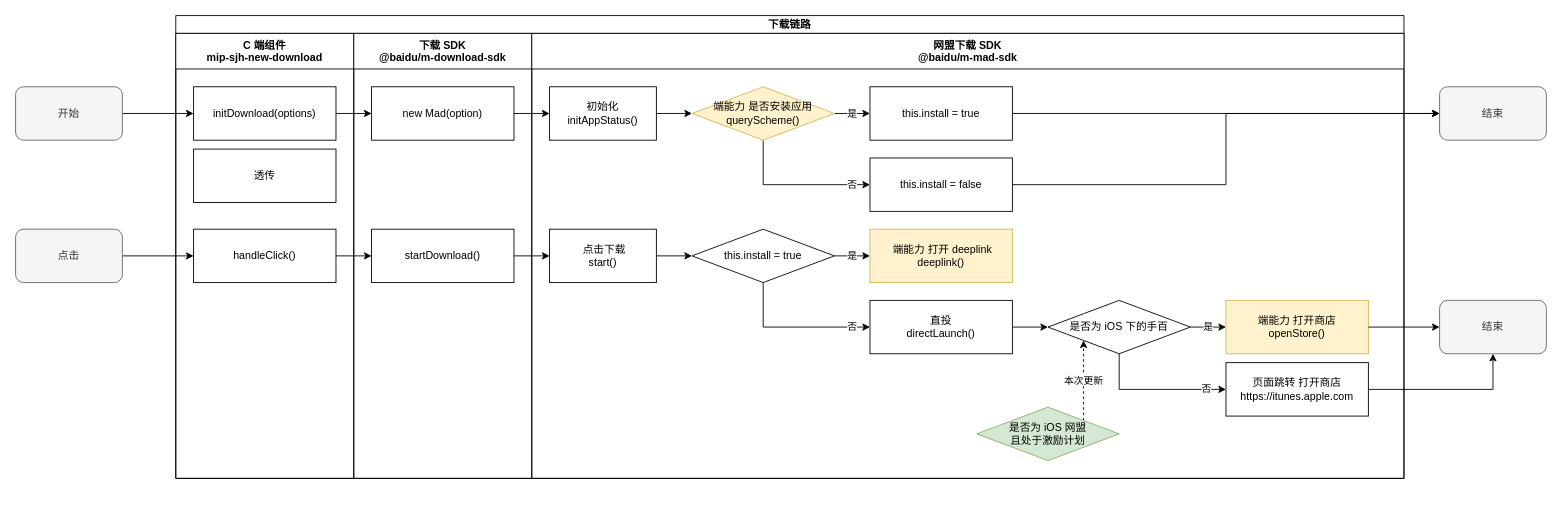
The draw.io diagram mobads-excitation.drawio in qqqqqcy/processon, before the edit. Source tidied: cells renumbered, new cells numbered last; positions are measured from the earlier drawing's top-left corner, leaving out a move shared by most shapes. Both pictures are drawn from the tidied source at 89%, with x=0, y=0 at pixel (15, 15).
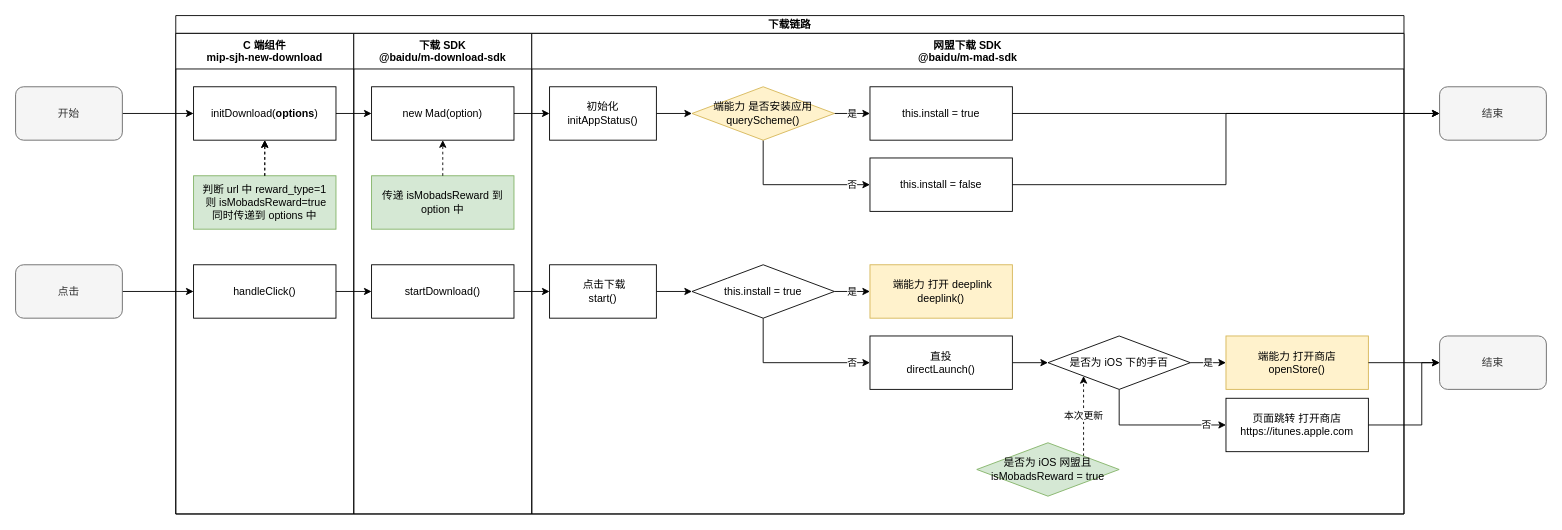
Above is the later version.

Unchanged cells that the change refers to:
```xml
<mxCell id="7" value="new Mad(option)" style="rounded=1;whiteSpace=wrap;html=1;arcSize=0;" parent="1" vertex="1">
  <mxGeometry x="400" y="80" width="160" height="60" as="geometry" />
</mxCell>
```

The edit, as a diff of the source:
```diff
@@
-    <mxCell id="5" value="initDownload(options)" style="rounded=1;whiteSpace=wrap;html=1;arcSize=0;" parent="1" vertex="1">
+    <mxCell id="5" value="initDownload(&lt;b&gt;options&lt;/b&gt;)" style="rounded=1;whiteSpace=wrap;html=1;arcSize=0;" parent="1" vertex="1">
       <mxGeometry x="200" y="80" width="160" height="60" as="geometry" />
     </mxCell>
@@
     <mxCell id="8" value="下载链路" style="swimlane;startSize=20;" parent="1" vertex="1">
-      <mxGeometry x="180" width="1380" height="520" as="geometry" />
+      <mxGeometry x="180" width="1380" height="560" as="geometry" />
     </mxCell>
     <mxCell id="9" value="C 端组件&#10;mip-sjh-new-download" style="swimlane;startSize=40;" parent="8" vertex="1">
-      <mxGeometry y="20" width="200" height="500" as="geometry" />
+      <mxGeometry y="20" width="200" height="540" as="geometry" />
     </mxCell>
     <mxCell id="10" value="handleClick()" style="rounded=1;whiteSpace=wrap;html=1;arcSize=0;" parent="9" vertex="1">
-      <mxGeometry x="20" y="220" width="160" height="60" as="geometry" />
+      <mxGeometry x="20" y="260" width="160" height="60" as="geometry" />
     </mxCell>
-    <mxCell id="11" value="透传" style="rounded=1;whiteSpace=wrap;html=1;arcSize=0;" parent="9" vertex="1">
-      <mxGeometry x="20" y="130" width="160" height="60" as="geometry" />
+    <mxCell id="11" value="判断 url 中&amp;nbsp;reward_type=1&lt;br&gt;&amp;nbsp;则 isMobadsReward=true&lt;br&gt;同时传递到 options 中" style="rounded=1;whiteSpace=wrap;html=1;arcSize=0;fillColor=#d5e8d4;strokeColor=#82b366;" parent="9" vertex="1">
+      <mxGeometry x="20" y="160" width="160" height="60" as="geometry" />
     </mxCell>
     <mxCell id="12" value="下载 SDK&#10;@baidu/m-download-sdk" style="swimlane;startSize=40;" parent="8" vertex="1">
-      <mxGeometry x="200" y="20" width="200" height="500" as="geometry" />
+      <mxGeometry x="200" y="20" width="200" height="540" as="geometry" />
     </mxCell>
     <mxCell id="13" value="startDownload()" style="rounded=1;whiteSpace=wrap;html=1;arcSize=0;" parent="12" vertex="1">
-      <mxGeometry x="20" y="220" width="160" height="60" as="geometry" />
+      <mxGeometry x="20" y="260" width="160" height="60" as="geometry" />
     </mxCell>
+    <mxCell id="47" value="传递 isMobadsReward 到 option 中" style="rounded=1;whiteSpace=wrap;html=1;arcSize=0;fillColor=#d5e8d4;strokeColor=#82b366;" parent="12" vertex="1">
+      <mxGeometry x="20" y="160" width="160" height="60" as="geometry" />
+    </mxCell>
     <mxCell id="14" value="网盟下载 SDK&#10;@baidu/m-mad-sdk" style="swimlane;startSize=40;" parent="8" vertex="1">
-      <mxGeometry x="400" y="20" width="980" height="500" as="geometry" />
+      <mxGeometry x="400" y="20" width="980" height="540" as="geometry" />
     </mxCell>
@@
     <mxCell id="16" value="直投&lt;br&gt;directLaunch()" style="rounded=1;whiteSpace=wrap;html=1;arcSize=0;" parent="14" vertex="1">
-      <mxGeometry x="380" y="300" width="160" height="60" as="geometry" />
+      <mxGeometry x="380" y="340" width="160" height="60" as="geometry" />
     </mxCell>
@@
     <mxCell id="18" value="否" style="edgeStyle=orthogonalEdgeStyle;rounded=0;jettySize=auto;html=1;" parent="14" edge="1" source="19" target="21">
       <mxGeometry x="0.73" relative="1" as="geometry">
         <Array as="points">
-          <mxPoint x="660" y="400" />
+          <mxPoint x="660" y="440" />
         </Array>
       </mxGeometry>
     </mxCell>
     <mxCell id="19" value="是否为 iOS 下的手百" style="rhombus;whiteSpace=wrap;html=1;rounded=1;arcSize=0;" parent="14" vertex="1">
-      <mxGeometry x="580" y="300" width="160" height="60" as="geometry" />
+      <mxGeometry x="580" y="340" width="160" height="60" as="geometry" />
     </mxCell>
     <mxCell id="20" value="端能力 打开商店&lt;br&gt;openStore()" style="whiteSpace=wrap;html=1;rounded=1;arcSize=0;fillColor=#fff2cc;strokeColor=#d6b656;" parent="14" vertex="1">
-      <mxGeometry x="780" y="300" width="160" height="60" as="geometry" />
+      <mxGeometry x="780" y="340" width="160" height="60" as="geometry" />
     </mxCell>
     <mxCell id="21" value="页面跳转 打开商店&lt;br&gt;https://itunes.apple.com" style="whiteSpace=wrap;html=1;rounded=1;arcSize=0;" parent="14" vertex="1">
-      <mxGeometry x="780" y="370" width="160" height="60" as="geometry" />
+      <mxGeometry x="780" y="410" width="160" height="60" as="geometry" />
     </mxCell>
@@
     <mxCell id="30" value="否" style="edgeStyle=orthogonalEdgeStyle;rounded=0;jettySize=auto;html=1;entryX=0;entryY=0.5;entryDx=0;entryDy=0;" parent="14" edge="1" source="31" target="16">
       <mxGeometry x="0.76" relative="1" as="geometry">
         <Array as="points">
-          <mxPoint x="260" y="330" />
+          <mxPoint x="260" y="370" />
         </Array>
       </mxGeometry>
     </mxCell>
     <mxCell id="31" value="this.install = true" style="rhombus;whiteSpace=wrap;html=1;rounded=1;arcSize=0;" parent="14" vertex="1">
-      <mxGeometry x="180" y="220" width="160" height="60" as="geometry" />
+      <mxGeometry x="180" y="260" width="160" height="60" as="geometry" />
     </mxCell>
     <mxCell id="32" value="&amp;nbsp;端能力 打开 deeplink&lt;br&gt;deeplink()" style="whiteSpace=wrap;html=1;rounded=1;arcSize=0;fillColor=#fff2cc;strokeColor=#d6b656;" parent="14" vertex="1">
-      <mxGeometry x="380" y="220" width="160" height="60" as="geometry" />
+      <mxGeometry x="380" y="260" width="160" height="60" as="geometry" />
     </mxCell>
@@
     <mxCell id="34" value="&amp;nbsp;点击下载&lt;br&gt;start()" style="rounded=1;whiteSpace=wrap;html=1;arcSize=0;" parent="14" vertex="1">
-      <mxGeometry x="20" y="220" width="120" height="60" as="geometry" />
+      <mxGeometry x="20" y="260" width="120" height="60" as="geometry" />
     </mxCell>
@@
-    <mxCell id="36" value="&lt;span&gt;是否为 iOS&amp;nbsp;网盟&lt;br&gt;且处于激励计划&lt;/span&gt;" style="rhombus;whiteSpace=wrap;html=1;rounded=1;arcSize=0;fillColor=#d5e8d4;strokeColor=#82b366;" parent="14" vertex="1">
-      <mxGeometry x="500" y="420" width="160" height="60" as="geometry" />
+    <mxCell id="36" value="&lt;span&gt;是否为 iOS&amp;nbsp;网盟且&lt;br&gt;&lt;/span&gt;isMobadsReward = true&lt;span&gt;&lt;br&gt;&lt;/span&gt;" style="rhombus;whiteSpace=wrap;html=1;rounded=1;arcSize=0;fillColor=#d5e8d4;strokeColor=#82b366;" parent="14" vertex="1">
+      <mxGeometry x="500" y="460" width="160" height="60" as="geometry" />
     </mxCell>
@@
     <mxCell id="40" value="点击" style="rounded=1;whiteSpace=wrap;html=1;fillColor=#f5f5f5;strokeColor=#666666;fontColor=#333333;" parent="1" vertex="1">
-      <mxGeometry y="240" width="120" height="60" as="geometry" />
+      <mxGeometry y="280" width="120" height="60" as="geometry" />
     </mxCell>
@@
     <mxCell id="44" value="结束" style="rounded=1;whiteSpace=wrap;html=1;fillColor=#f5f5f5;strokeColor=#666666;fontColor=#333333;" parent="1" vertex="1">
-      <mxGeometry x="1600" y="320" width="120" height="60" as="geometry" />
+      <mxGeometry x="1600" y="360" width="120" height="60" as="geometry" />
     </mxCell>
@@
+    <mxCell id="48" style="edgeStyle=orthogonalEdgeStyle;rounded=0;jettySize=auto;html=1;dashed=1;endArrow=classic;endFill=1;" parent="1" edge="1" source="11" target="5">
+      <mxGeometry relative="1" as="geometry" />
+    </mxCell>
+    <mxCell id="49" style="edgeStyle=orthogonalEdgeStyle;rounded=0;jettySize=auto;html=1;dashed=1;endArrow=classic;endFill=1;" parent="1" edge="1" source="11" target="5">
+      <mxGeometry relative="1" as="geometry" />
+    </mxCell>
+    <mxCell id="50" style="edgeStyle=orthogonalEdgeStyle;rounded=0;jettySize=auto;html=1;dashed=1;endArrow=classic;endFill=1;" parent="1" edge="1" source="47" target="7">
+      <mxGeometry relative="1" as="geometry" />
+    </mxCell>
-    <mxCell id="46" style="edgeStyle=orthogonalEdgeStyle;rounded=0;jettySize=auto;html=1;entryX=0.5;entryY=1;entryDx=0;entryDy=0;" parent="1" edge="1" source="21" target="44">
-      <mxGeometry relative="1" as="geometry" />
+    <mxCell id="46" style="edgeStyle=orthogonalEdgeStyle;rounded=0;jettySize=auto;html=1;entryX=0;entryY=0.5;entryDx=0;entryDy=0;endArrow=classic;endFill=1;" parent="1" edge="1" source="21" target="44">
+      <mxGeometry relative="1" as="geometry">
+        <Array as="points">
+          <mxPoint x="1580" y="460" />
+          <mxPoint x="1580" y="390" />
+        </Array>
+      </mxGeometry>
     </mxCell>
```
